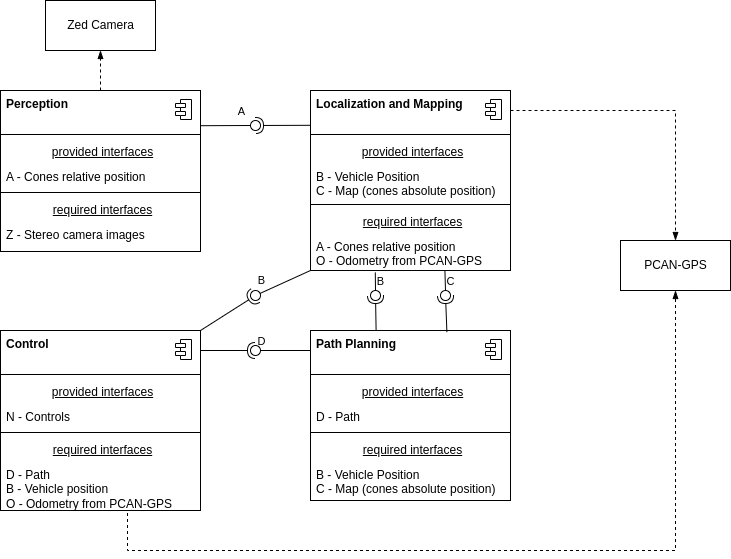
This is docs/assets/architecure-tentative.drawio.png from fs-feup/autonomous-systems, a draw.io export, as it was before one commit. Source tidied: cells renumbered, new cells last; positions are measured from the earlier drawing's top-left corner, leaving out a move shared by most shapes.
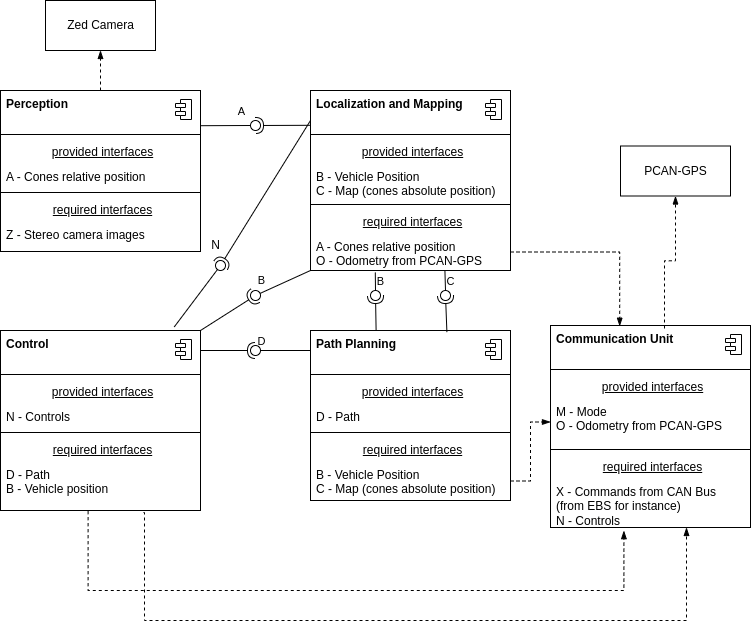
The same diagram one commit later.

The edit, as a diff of the source:
```diff
@@ -86,7 +86,7 @@
     <mxCell id="27" value="&lt;u&gt;required interfaces&lt;/u&gt;" style="html=1;align=center;spacingLeft=4;verticalAlign=top;strokeColor=none;fillColor=none;" parent="20" vertex="1">
       <mxGeometry y="106" width="200" height="25" as="geometry" />
     </mxCell>
-    <mxCell id="28" value="D - Path&amp;nbsp;&lt;br&gt;B - Vehicle position&lt;br&gt;O - Odometry from PCAN-GPS" style="html=1;align=left;spacingLeft=4;verticalAlign=top;strokeColor=none;fillColor=none;" parent="20" vertex="1">
+    <mxCell id="28" value="D - Path&amp;nbsp;&lt;br&gt;B - Vehicle position" style="html=1;align=left;spacingLeft=4;verticalAlign=top;strokeColor=none;fillColor=none;" parent="20" vertex="1">
       <mxGeometry y="131" width="200" height="49" as="geometry" />
     </mxCell>
     <mxCell id="29" style="fontStyle=1;align=center;verticalAlign=top;horizontal=1;" parent="1" vertex="1">
@@ -122,11 +122,8 @@
       <mxGeometry x="45" width="110" height="50" as="geometry" />
     </mxCell>
     <mxCell id="39" value="PCAN-GPS" style="html=1;" parent="1" vertex="1">
-      <mxGeometry x="620" y="240" width="110" height="50" as="geometry" />
+      <mxGeometry x="620" y="145.5" width="110" height="50" as="geometry" />
     </mxCell>
-    <mxCell id="40" style="edgeStyle=orthogonalEdgeStyle;rounded=0;jettySize=auto;html=1;entryX=0.5;entryY=0;entryDx=0;entryDy=0;endArrow=blockThin;endFill=1;dashed=1;exitX=1;exitY=0.5;exitDx=0;exitDy=0;" parent="1" edge="1" source="12" target="39">
-      <mxGeometry relative="1" as="geometry" />
-    </mxCell>
     <mxCell id="41" style="edgeStyle=orthogonalEdgeStyle;rounded=0;jettySize=auto;html=1;entryX=0.5;entryY=1;entryDx=0;entryDy=0;dashed=1;endArrow=blockThin;endFill=1;" parent="1" edge="1" source="3" target="38">
       <mxGeometry relative="1" as="geometry" />
     </mxCell>
@@ -200,13 +197,72 @@
     <mxCell id="61" style="ellipse;whiteSpace=wrap;html=1;align=center;points=[];outlineConnect=0;sketch=0;" parent="1" vertex="1">
       <mxGeometry x="250" y="345" width="10" height="10" as="geometry" />
     </mxCell>
-    <mxCell id="62" style="edgeStyle=orthogonalEdgeStyle;rounded=0;jettySize=auto;html=1;entryX=0.5;entryY=1;entryDx=0;entryDy=0;endArrow=blockThin;endFill=1;dashed=1;exitX=0.635;exitY=1.051;exitDx=0;exitDy=0;exitPerimeter=0;" parent="1" edge="1" source="28" target="39">
-      <mxGeometry relative="1" as="geometry">
-        <Array as="points">
-          <mxPoint x="127" y="550" />
-          <mxPoint x="675" y="550" />
-        </Array>
-      </mxGeometry>
-    </mxCell>
+    <mxCell id="63" style="rounded=0;jettySize=auto;html=1;endArrow=none;endFill=0;sketch=0;sourcePerimeterSpacing=0;targetPerimeterSpacing=0;exitX=0.869;exitY=-0.091;exitDx=0;exitDy=0;exitPerimeter=0;" parent="1" edge="1" source="21" target="65">
+      <mxGeometry relative="1" as="geometry" />
+    </mxCell>
+    <mxCell id="64" style="rounded=0;jettySize=auto;html=1;endArrow=halfCircle;endFill=0;entryX=0.5;entryY=0.5;endSize=6;strokeWidth=1;sketch=0;exitX=0;exitY=0.75;exitDx=0;exitDy=0;" parent="1" edge="1" source="12" target="65">
+      <mxGeometry relative="1" as="geometry" />
+    </mxCell>
+    <mxCell id="65" style="ellipse;whiteSpace=wrap;html=1;align=center;points=[];outlineConnect=0;sketch=0;" parent="1" vertex="1">
+      <mxGeometry x="215" y="260" width="10" height="10" as="geometry" />
+    </mxCell>
+    <mxCell id="66" value="N" style="text;html=1;align=center;verticalAlign=middle;strokeColor=none;fillColor=none;" parent="1" vertex="1">
+      <mxGeometry x="200" y="230" width="30" height="30" as="geometry" />
+    </mxCell>
+    <mxCell id="67" style="fontStyle=1;align=center;verticalAlign=top;horizontal=1;" parent="1" vertex="1">
+      <mxGeometry x="550" y="325" width="200" height="202" as="geometry" />
+    </mxCell>
+    <mxCell id="68" value="&lt;b&gt;Communication Unit&lt;/b&gt;" style="html=1;align=left;spacingLeft=4;verticalAlign=top;strokeColor=none;fillColor=none;" parent="67" vertex="1">
+      <mxGeometry width="200" height="40" as="geometry" />
+    </mxCell>
+    <mxCell id="69" style="shape=module;jettyWidth=10;jettyHeight=4;" parent="68" vertex="1">
+      <mxGeometry x="1" width="16" height="20" relative="1" as="geometry">
+        <mxPoint x="-25" y="9" as="offset" />
+      </mxGeometry>
+    </mxCell>
+    <mxCell id="70" style="line;strokeWidth=1;fillColor=none;align=left;verticalAlign=middle;spacingTop=-1;spacingLeft=3;spacingRight=3;labelPosition=right;" parent="67" vertex="1">
+      <mxGeometry y="40" width="200" height="8" as="geometry" />
+    </mxCell>
+    <mxCell id="71" value="&lt;u&gt;provided interfaces&lt;/u&gt;" style="html=1;align=center;spacingLeft=4;verticalAlign=top;strokeColor=none;fillColor=none;" parent="67" vertex="1">
+      <mxGeometry y="48" width="200" height="25" as="geometry" />
+    </mxCell>
+    <mxCell id="72" value="M - Mode&lt;br&gt;O - Odometry from PCAN-GPS" style="html=1;align=left;spacingLeft=4;verticalAlign=top;strokeColor=none;fillColor=none;" parent="67" vertex="1">
+      <mxGeometry y="73" width="200" height="47" as="geometry" />
+    </mxCell>
+    <mxCell id="73" style="line;strokeWidth=1;fillColor=none;align=left;verticalAlign=middle;spacingTop=-1;spacingLeft=3;spacingRight=3;labelPosition=right;" parent="67" vertex="1">
+      <mxGeometry y="120" width="200" height="8" as="geometry" />
+    </mxCell>
+    <mxCell id="74" value="&lt;u&gt;required interfaces&lt;/u&gt;" style="html=1;align=center;spacingLeft=4;verticalAlign=top;strokeColor=none;fillColor=none;" parent="67" vertex="1">
+      <mxGeometry y="128" width="200" height="25" as="geometry" />
+    </mxCell>
+    <mxCell id="75" value="X - Commands from CAN Bus &lt;br&gt;(from EBS for instance)&lt;br&gt;N - Controls" style="html=1;align=left;spacingLeft=4;verticalAlign=top;strokeColor=none;fillColor=none;" parent="67" vertex="1">
+      <mxGeometry y="153" width="200" height="49" as="geometry" />
+    </mxCell>
+    <mxCell id="76" style="edgeStyle=orthogonalEdgeStyle;rounded=0;jettySize=auto;html=1;dashed=1;endArrow=blockThin;endFill=1;exitX=0.57;exitY=0.075;exitDx=0;exitDy=0;exitPerimeter=0;" parent="1" edge="1" source="68" target="39">
+      <mxGeometry relative="1" as="geometry" />
+    </mxCell>
+    <mxCell id="77" style="edgeStyle=orthogonalEdgeStyle;rounded=0;jettySize=auto;html=1;entryX=0.367;entryY=1.065;entryDx=0;entryDy=0;entryPerimeter=0;dashed=1;endArrow=blockThin;endFill=1;exitX=0.438;exitY=1.014;exitDx=0;exitDy=0;exitPerimeter=0;" parent="1" edge="1" source="28" target="75">
+      <mxGeometry relative="1" as="geometry">
+        <Array as="points">
+          <mxPoint x="88" y="590" />
+          <mxPoint x="623" y="590" />
+        </Array>
+      </mxGeometry>
+    </mxCell>
+    <mxCell id="78" style="edgeStyle=orthogonalEdgeStyle;rounded=0;jettySize=auto;html=1;entryX=0;entryY=0.5;entryDx=0;entryDy=0;dashed=1;endArrow=blockThin;endFill=1;" parent="1" edge="1" source="37" target="72">
+      <mxGeometry relative="1" as="geometry" />
+    </mxCell>
+    <mxCell id="79" style="edgeStyle=orthogonalEdgeStyle;rounded=0;jettySize=auto;html=1;entryX=0.346;entryY=0.017;entryDx=0;entryDy=0;entryPerimeter=0;dashed=1;endArrow=blockThin;endFill=1;" parent="1" edge="1" source="19" target="68">
+      <mxGeometry relative="1" as="geometry" />
+    </mxCell>
+    <mxCell id="80" style="edgeStyle=orthogonalEdgeStyle;rounded=0;jettySize=auto;html=1;entryX=0.68;entryY=1;entryDx=0;entryDy=0;entryPerimeter=0;exitX=0.715;exitY=1.041;exitDx=0;exitDy=0;exitPerimeter=0;dashed=1;endArrow=blockThin;endFill=1;" parent="1" edge="1" source="28" target="75">
+      <mxGeometry relative="1" as="geometry">
+        <Array as="points">
+          <mxPoint x="144" y="512" />
+          <mxPoint x="144" y="620" />
+          <mxPoint x="686" y="620" />
+        </Array>
+      </mxGeometry>
+    </mxCell>
   </root>
 </mxGraphModel>
```
